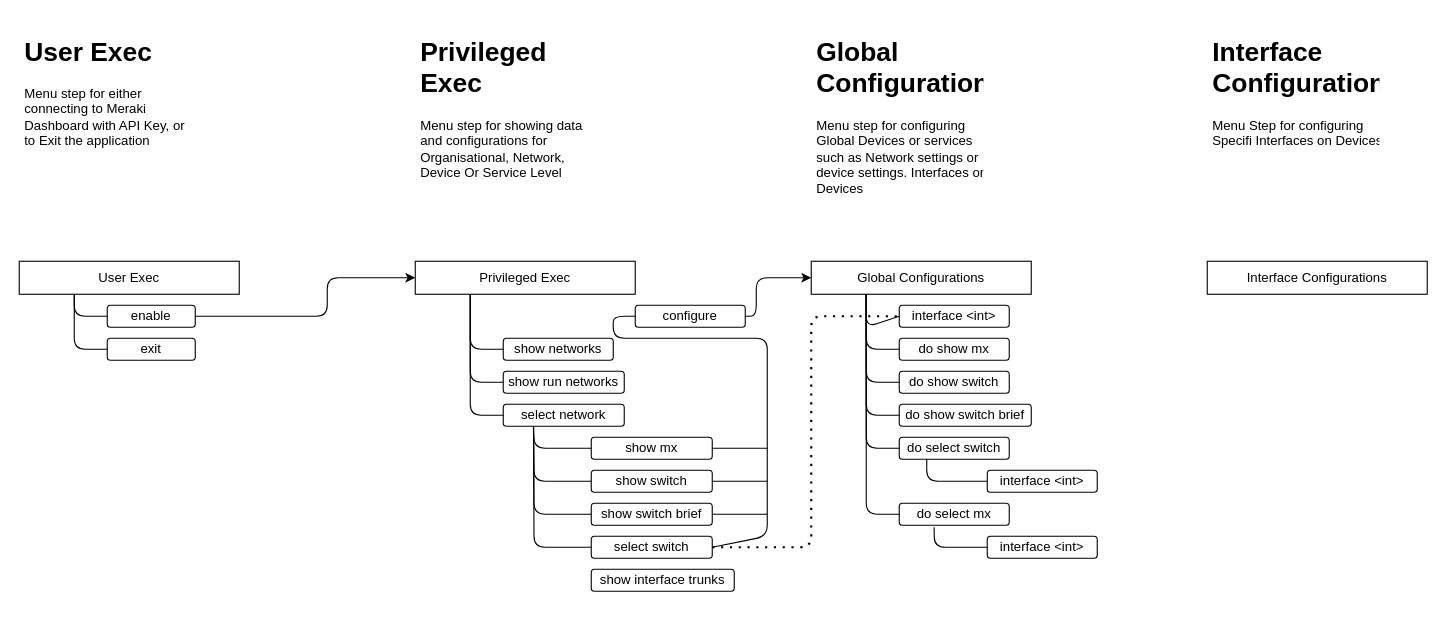
Above: MerakiCLIMenu.drawio in hoejsagerc/Meraki-CLI (draw.io), before the change. Source tidied: cells renumbered, new cells numbered last; positions are measured from the earlier drawing's top-left corner, leaving out a move shared by most shapes. Both pictures are drawn from the tidied source at 110%, with x=0, y=0 at pixel (19, 30).
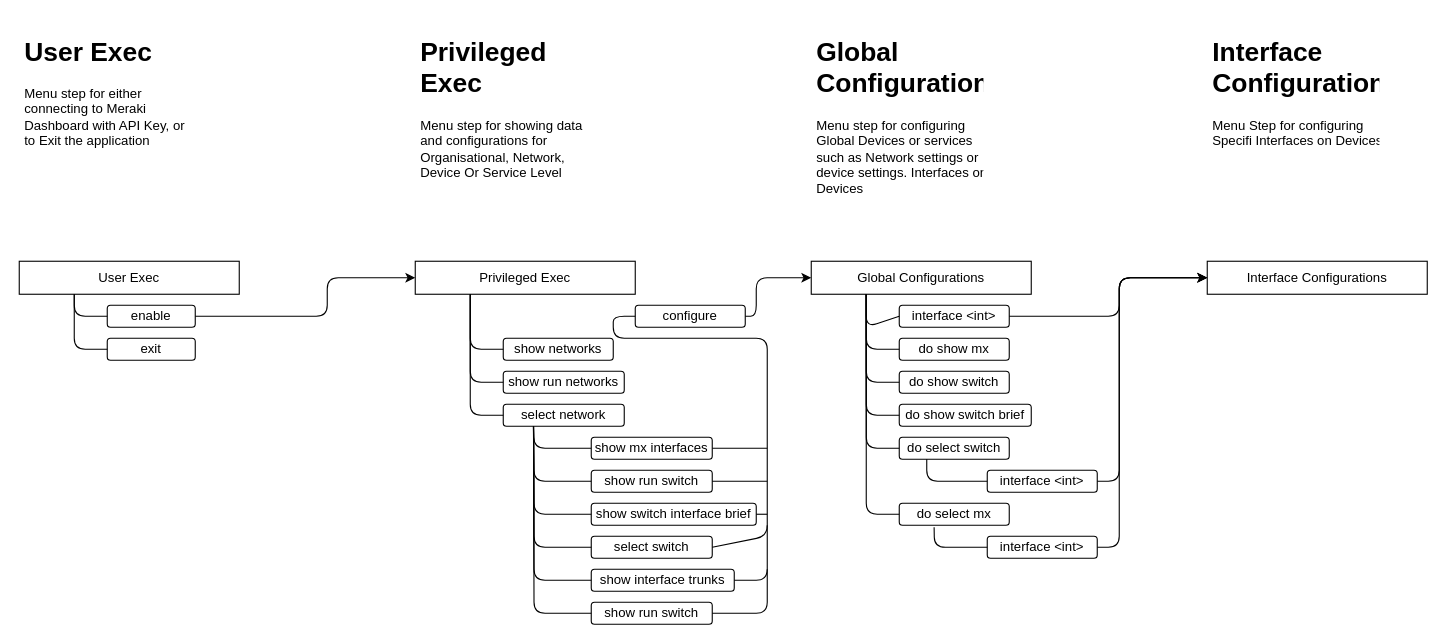
The same page after the edit.

Unchanged cells that the change refers to:
```xml
<mxCell id="9" value="Interface Configurations" style="rounded=0;whiteSpace=wrap;html=1;" parent="1" vertex="1">
  <mxGeometry x="1080" y="210" width="200" height="30" as="geometry" />
</mxCell>
<mxCell id="16" value="select network" style="rounded=1;whiteSpace=wrap;html=1;" parent="1" vertex="1">
  <mxGeometry x="440" y="340" width="110" height="20" as="geometry" />
</mxCell>
<mxCell id="20" value="interface &amp;lt;int&amp;gt;" style="rounded=1;whiteSpace=wrap;html=1;" parent="1" vertex="1">
  <mxGeometry x="800" y="250" width="100" height="20" as="geometry" />
</mxCell>
<mxCell id="24" value="select switch" style="rounded=1;whiteSpace=wrap;html=1;" parent="1" vertex="1">
  <mxGeometry x="520" y="460" width="110" height="20" as="geometry" />
</mxCell>
<mxCell id="30" value="interface &amp;lt;int&amp;gt;" style="rounded=1;whiteSpace=wrap;html=1;" parent="1" vertex="1">
  <mxGeometry x="880" y="400" width="100" height="20" as="geometry" />
</mxCell>
<mxCell id="48" value="show interface trunks" style="rounded=1;whiteSpace=wrap;html=1;" parent="1" vertex="1">
  <mxGeometry x="520" y="490" width="130" height="20" as="geometry" />
</mxCell>
<mxCell id="50" value="interface &amp;lt;int&amp;gt;" style="rounded=1;whiteSpace=wrap;html=1;" parent="1" vertex="1">
  <mxGeometry x="880" y="460" width="100" height="20" as="geometry" />
</mxCell>
```

The edit, as a diff of the source:
```diff
@@
-    <mxCell id="21" value="show mx" style="rounded=1;whiteSpace=wrap;html=1;" parent="1" vertex="1">
+    <mxCell id="21" value="show mx interfaces" style="rounded=1;whiteSpace=wrap;html=1;" parent="1" vertex="1">
       <mxGeometry x="520" y="370" width="110" height="20" as="geometry" />
     </mxCell>
-    <mxCell id="22" value="show switch" style="rounded=1;whiteSpace=wrap;html=1;" parent="1" vertex="1">
+    <mxCell id="22" value="show run switch" style="rounded=1;whiteSpace=wrap;html=1;" parent="1" vertex="1">
       <mxGeometry x="520" y="400" width="110" height="20" as="geometry" />
     </mxCell>
-    <mxCell id="23" value="show switch brief" style="rounded=1;whiteSpace=wrap;html=1;" parent="1" vertex="1">
-      <mxGeometry x="520" y="430" width="110" height="20" as="geometry" />
+    <mxCell id="23" value="show switch interface brief" style="rounded=1;whiteSpace=wrap;html=1;" parent="1" vertex="1">
+      <mxGeometry x="520" y="430" width="150" height="20" as="geometry" />
     </mxCell>
@@
-    <mxCell id="25" style="endArrow=none;dashed=1;html=1;dashPattern=1 3;strokeWidth=2;exitX=1;exitY=0.5;exitDx=0;exitDy=0;entryX=0;entryY=0.5;entryDx=0;entryDy=0;" parent="1" edge="1" source="24" target="20">
-      <mxGeometry relative="1" as="geometry">
-        <Array as="points">
-          <mxPoint x="720" y="470" />
-          <mxPoint x="720" y="260" />
-        </Array>
-      </mxGeometry>
-    </mxCell>
@@
+    <mxCell id="53" style="endArrow=classic;html=1;exitX=1;exitY=0.5;exitDx=0;exitDy=0;entryX=0;entryY=0.5;entryDx=0;entryDy=0;" parent="1" edge="1" source="20" target="9">
+      <mxGeometry relative="1" as="geometry">
+        <Array as="points">
+          <mxPoint x="1000" y="260" />
+          <mxPoint x="1000" y="225" />
+        </Array>
+      </mxGeometry>
+    </mxCell>
+    <mxCell id="54" style="endArrow=classic;html=1;exitX=1;exitY=0.5;exitDx=0;exitDy=0;entryX=0;entryY=0.5;entryDx=0;entryDy=0;" parent="1" edge="1" source="30" target="9">
+      <mxGeometry relative="1" as="geometry">
+        <Array as="points">
+          <mxPoint x="1000" y="410" />
+          <mxPoint x="1000" y="225" />
+        </Array>
+      </mxGeometry>
+    </mxCell>
+    <mxCell id="55" style="endArrow=classic;html=1;exitX=1;exitY=0.5;exitDx=0;exitDy=0;entryX=0;entryY=0.5;entryDx=0;entryDy=0;" parent="1" edge="1" source="50" target="9">
+      <mxGeometry relative="1" as="geometry">
+        <Array as="points">
+          <mxPoint x="1000" y="470" />
+          <mxPoint x="1000" y="225" />
+        </Array>
+      </mxGeometry>
+    </mxCell>
+    <mxCell id="56" value="show run switch" style="rounded=1;whiteSpace=wrap;html=1;" parent="1" vertex="1">
+      <mxGeometry x="520" y="520" width="110" height="20" as="geometry" />
+    </mxCell>
+    <mxCell id="57" style="endArrow=none;html=1;entryX=0.25;entryY=1;entryDx=0;entryDy=0;exitX=0;exitY=0.5;exitDx=0;exitDy=0;" parent="1" edge="1" source="48" target="16">
+      <mxGeometry relative="1" as="geometry">
+        <Array as="points">
+          <mxPoint x="468" y="500" />
+        </Array>
+      </mxGeometry>
+    </mxCell>
+    <mxCell id="58" style="endArrow=none;html=1;entryX=0.25;entryY=1;entryDx=0;entryDy=0;exitX=0;exitY=0.5;exitDx=0;exitDy=0;" parent="1" edge="1" source="56" target="16">
+      <mxGeometry relative="1" as="geometry">
+        <Array as="points">
+          <mxPoint x="468" y="530" />
+        </Array>
+      </mxGeometry>
+    </mxCell>
+    <mxCell id="59" style="endArrow=none;html=1;exitX=1;exitY=0.5;exitDx=0;exitDy=0;" parent="1" edge="1" source="48">
+      <mxGeometry relative="1" as="geometry">
+        <mxPoint x="680" y="450" as="targetPoint" />
+        <Array as="points">
+          <mxPoint x="680" y="500" />
+        </Array>
+      </mxGeometry>
+    </mxCell>
+    <mxCell id="60" style="endArrow=none;html=1;exitX=1;exitY=0.5;exitDx=0;exitDy=0;" parent="1" edge="1" source="56">
+      <mxGeometry relative="1" as="geometry">
+        <mxPoint x="680" y="490" as="targetPoint" />
+        <Array as="points">
+          <mxPoint x="680" y="530" />
+        </Array>
+      </mxGeometry>
+    </mxCell>
```
